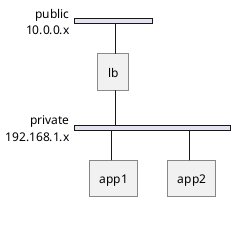
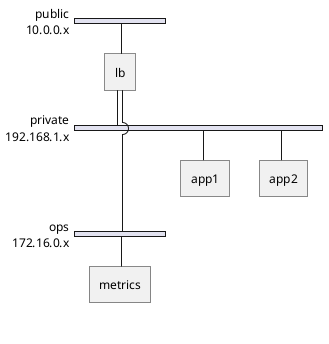
@startnwdiag
nwdiag {
  network public {
    address = "10.0.0.x"
    lb;
  }
  network private {
    address = "192.168.1.x"
    lb;
    app1;
    app2;
  }
+   network ops {
+     address = "172.16.0.x"
+     lb;
+     metrics;
+   }
}
@endnwdiag
